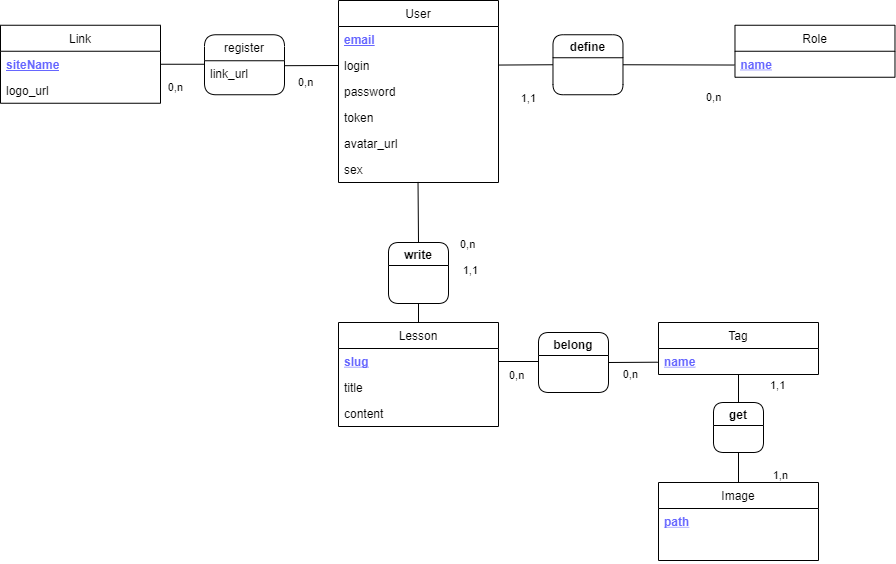
aviateur22/mylesson_v2_back keeps this draw.io diagram as data/MCD.drawio.png. Above is the earlier version. Source tidied: cells renumbered, new cells last; positions are measured from the earlier drawing's top-left corner, leaving out a move shared by most shapes.
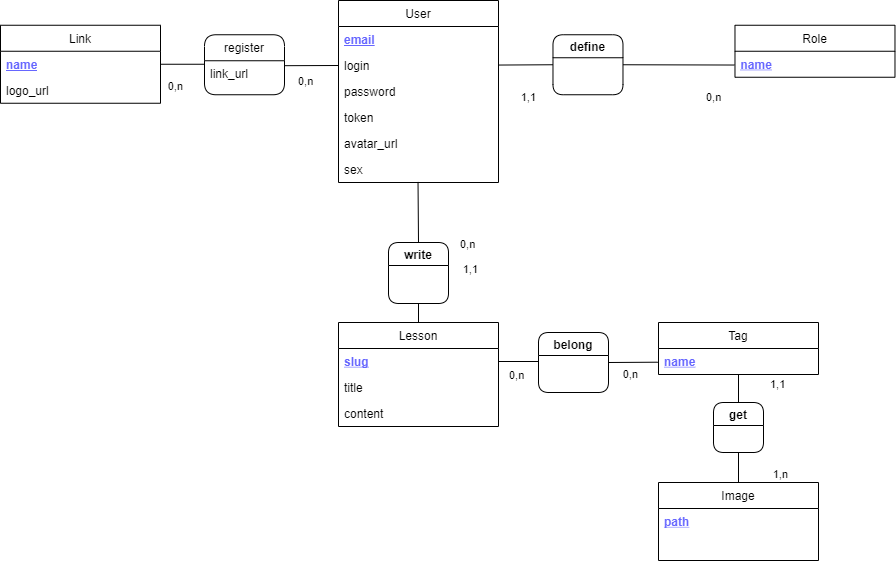
The same diagram one commit later.

Change to the diagram source:
```diff
@@ -138,7 +138,7 @@
     <mxCell id="40" value="Link" style="swimlane;fontStyle=0;horizontal=1;startSize=26;" parent="1" vertex="1">
       <mxGeometry y="24.8" width="160" height="78" as="geometry" />
     </mxCell>
-    <mxCell id="41" value="siteName" style="text;strokeColor=none;fillColor=none;align=left;verticalAlign=top;spacingLeft=4;spacingRight=4;overflow=hidden;points=[[0,0.5],[1,0.5]];portConstraint=eastwest;fontStyle=5;fontColor=#6666FF;html=1;" parent="40" vertex="1">
+    <mxCell id="41" value="name" style="text;strokeColor=none;fillColor=none;align=left;verticalAlign=top;spacingLeft=4;spacingRight=4;overflow=hidden;points=[[0,0.5],[1,0.5]];portConstraint=eastwest;fontStyle=5;fontColor=#6666FF;html=1;" parent="40" vertex="1">
       <mxGeometry y="26" width="160" height="26" as="geometry" />
     </mxCell>
     <mxCell id="42" value="logo_url" style="text;strokeColor=none;fillColor=none;align=left;verticalAlign=top;spacingLeft=4;spacingRight=4;overflow=hidden;" parent="40" vertex="1">
```
